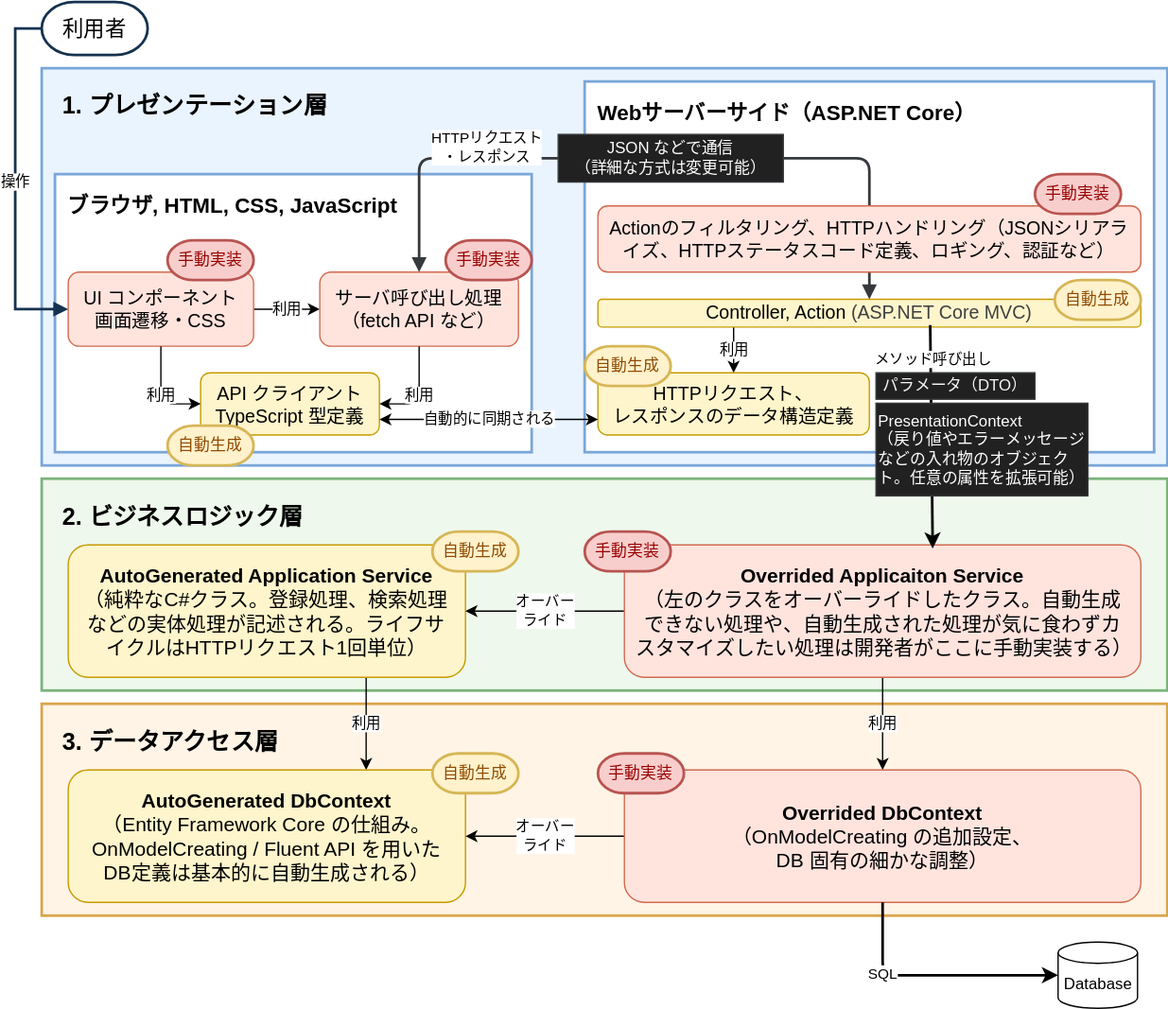
This is Document/static/img/architecture-overview.drawio.svg from halllky/NijoAppScaffold, a draw.io export, as it was before one commit. Source tidied: cells renumbered, new cells last; positions are measured from the earlier drawing's top-left corner, leaving out a move shared by most shapes.
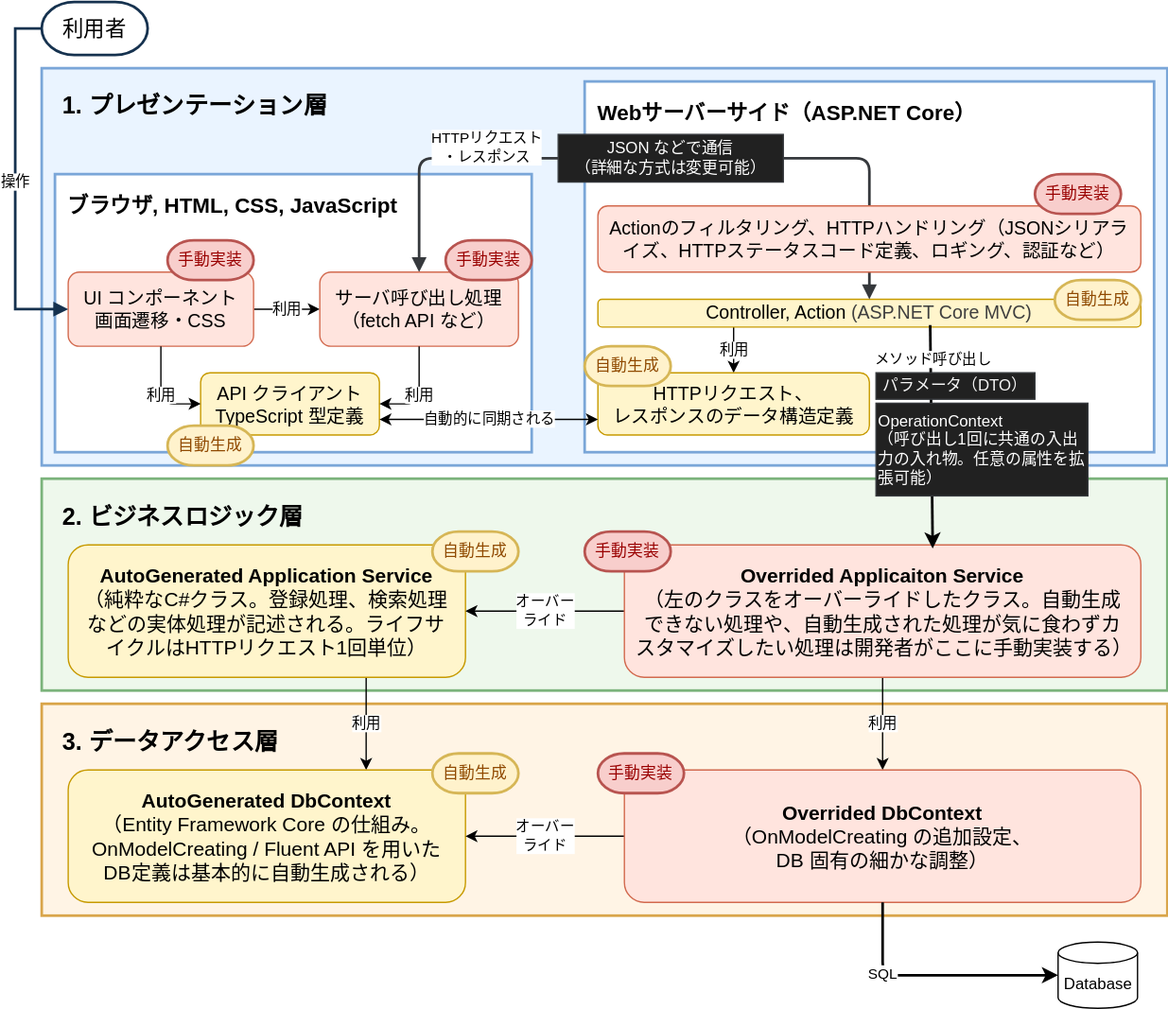
After the commit.

Commit message:
旧名称 PresentationContext の残りを現在の名前に改める

Diff of the diagram source:
```diff
@@ -116,7 +116,7 @@
     <mxCell id="39" value="手動実装" style="shape=mxgraph.flowchart.terminator;whiteSpace=wrap;html=1;fontSize=12;fillColor=#f8cecc;strokeColor=#b85450;strokeWidth=2;fontColor=#990000;" parent="1" vertex="1">
       <mxGeometry x="750" y="130" width="65" height="30" as="geometry" />
     </mxCell>
-    <mxCell id="40" value="&lt;font style=&quot;color: rgb(255, 255, 255);&quot;&gt;PresentationContext&lt;/font&gt;&lt;div&gt;&lt;font style=&quot;color: rgb(255, 255, 255);&quot;&gt;（戻り値やエラーメッセージなどの入れ物のオブジェクト。任意の属性を拡張可能）&lt;/font&gt;&lt;/div&gt;" style="rounded=0;whiteSpace=wrap;html=1;fillColor=light-dark(#212121, #202020);strokeColor=#36393d;fontColor=#F5F5F5;align=left;" parent="1" vertex="1">
+    <mxCell id="40" value="&lt;font style=&quot;color: rgb(255, 255, 255);&quot;&gt;OperationContext&lt;/font&gt;&lt;div&gt;&lt;font style=&quot;color: rgb(255, 255, 255);&quot;&gt;（呼び出し1回に共通の入出力の入れ物。任意の属性を拡張可能）&lt;/font&gt;&lt;/div&gt;" style="rounded=0;whiteSpace=wrap;html=1;fillColor=light-dark(#212121, #202020);strokeColor=#36393d;fontColor=#F5F5F5;align=left;" parent="1" vertex="1">
       <mxGeometry x="630" y="303" width="160" height="70" as="geometry" />
     </mxCell>
     <mxCell id="41" value="パラメータ（DTO）" style="rounded=0;whiteSpace=wrap;html=1;fillColor=light-dark(#212121, #202020);strokeColor=#36393d;fontColor=#F5F5F5;align=center;" parent="1" vertex="1">
```
